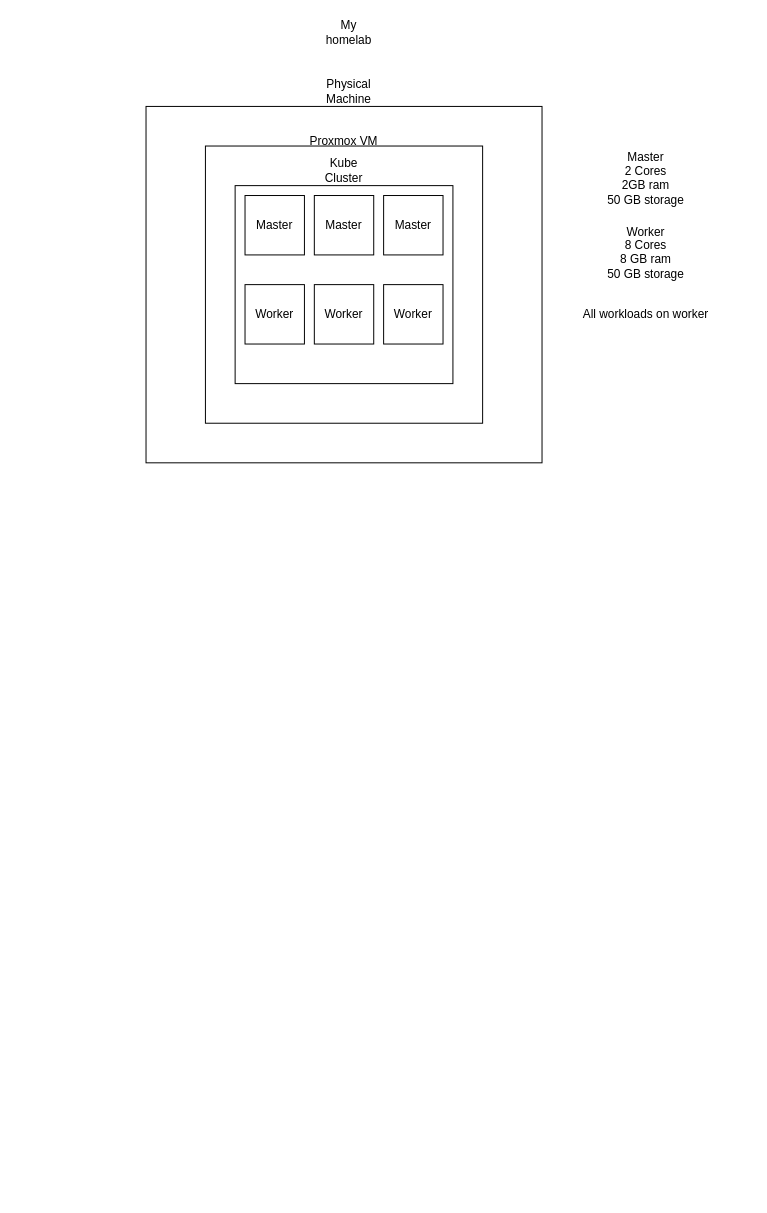
This is homelab.drawio from force445/Draw.io, a draw.io file, before an edit. Source tidied: cells renumbered, new cells numbered last; positions are measured from the earlier drawing's top-left corner, leaving out a move shared by most shapes. Both pictures are drawn from the tidied source at 99%, with x=0, y=0 at pixel (146, 17).
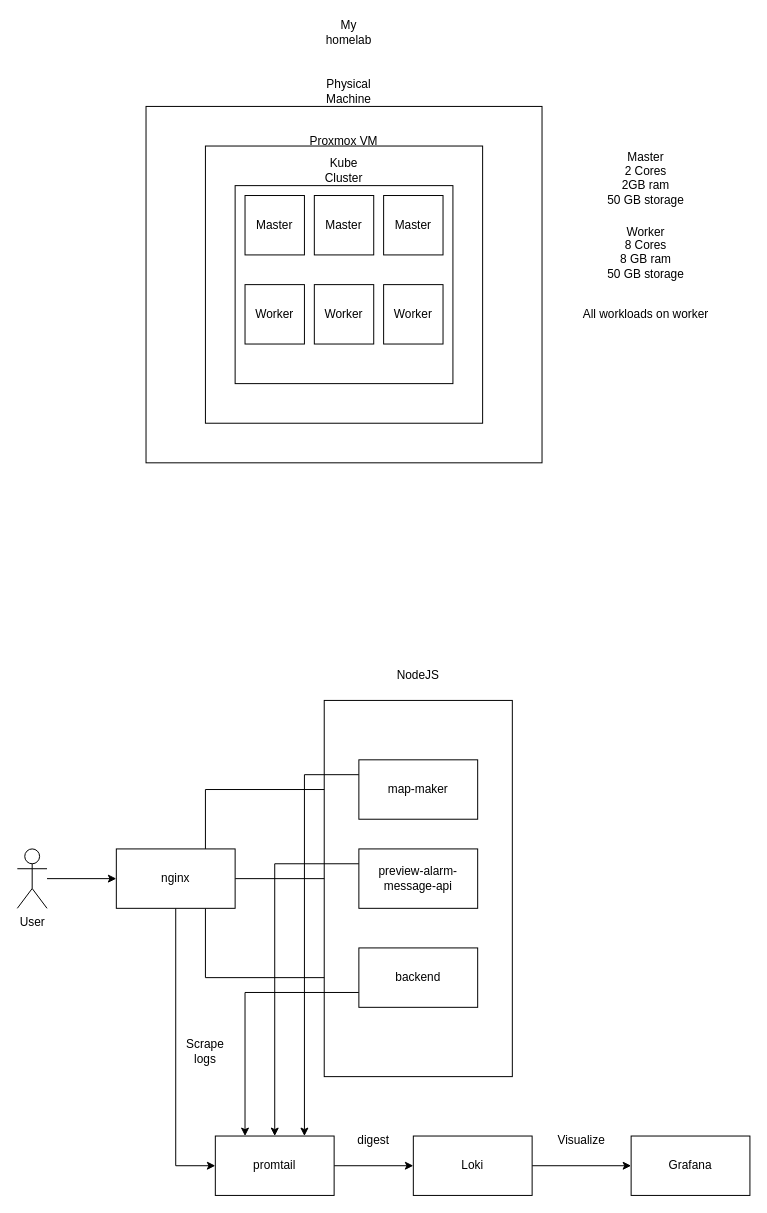
After the change.

Diff of the diagram source:
```diff
@@
+    <mxCell id="24" style="edgeStyle=orthogonalEdgeStyle;rounded=0;jettySize=auto;html=1;exitX=1;exitY=0.5;exitDx=0;exitDy=0;entryX=0;entryY=0.5;entryDx=0;entryDy=0;" parent="1" edge="1" source="28" target="37">
+      <mxGeometry relative="1" as="geometry" />
+    </mxCell>
+    <mxCell id="25" style="edgeStyle=orthogonalEdgeStyle;rounded=0;jettySize=auto;html=1;exitX=0.75;exitY=0;exitDx=0;exitDy=0;entryX=0;entryY=0.5;entryDx=0;entryDy=0;" parent="1" edge="1" source="28" target="35">
+      <mxGeometry relative="1" as="geometry" />
+    </mxCell>
+    <mxCell id="26" style="edgeStyle=orthogonalEdgeStyle;rounded=0;jettySize=auto;html=1;exitX=0.75;exitY=1;exitDx=0;exitDy=0;entryX=0;entryY=0.5;entryDx=0;entryDy=0;" parent="1" edge="1" source="28" target="33">
+      <mxGeometry relative="1" as="geometry" />
+    </mxCell>
+    <mxCell id="27" style="edgeStyle=orthogonalEdgeStyle;rounded=0;jettySize=auto;html=1;exitX=0.5;exitY=1;exitDx=0;exitDy=0;entryX=0;entryY=0.5;entryDx=0;entryDy=0;" parent="1" edge="1" source="28" target="40">
+      <mxGeometry relative="1" as="geometry" />
+    </mxCell>
+    <mxCell id="28" value="nginx" style="rounded=0;whiteSpace=wrap;html=1;" parent="1" vertex="1">
+      <mxGeometry x="-30" y="840" width="120" height="60" as="geometry" />
+    </mxCell>
+    <mxCell id="29" style="edgeStyle=orthogonalEdgeStyle;rounded=0;jettySize=auto;html=1;" parent="1" edge="1" source="30" target="28">
+      <mxGeometry relative="1" as="geometry" />
+    </mxCell>
+    <mxCell id="30" value="User" style="shape=umlActor;verticalLabelPosition=bottom;verticalAlign=top;html=1;outlineConnect=0;" parent="1" vertex="1">
+      <mxGeometry x="-130" y="840" width="30" height="60" as="geometry" />
+    </mxCell>
+    <mxCell id="31" style="rounded=0;whiteSpace=wrap;html=1;shadow=0;" parent="1" vertex="1">
+      <mxGeometry x="180" y="690" width="190" height="380" as="geometry" />
+    </mxCell>
+    <mxCell id="32" style="edgeStyle=orthogonalEdgeStyle;rounded=0;jettySize=auto;html=1;exitX=0;exitY=0.75;exitDx=0;exitDy=0;entryX=0.25;entryY=0;entryDx=0;entryDy=0;" parent="1" edge="1" source="33" target="40">
+      <mxGeometry relative="1" as="geometry" />
+    </mxCell>
+    <mxCell id="33" value="backend" style="rounded=0;whiteSpace=wrap;html=1;" parent="1" vertex="1">
+      <mxGeometry x="215" y="940" width="120" height="60" as="geometry" />
+    </mxCell>
+    <mxCell id="34" style="edgeStyle=orthogonalEdgeStyle;rounded=0;jettySize=auto;html=1;exitX=0;exitY=0.25;exitDx=0;exitDy=0;entryX=0.75;entryY=0;entryDx=0;entryDy=0;" parent="1" edge="1" source="35" target="40">
+      <mxGeometry relative="1" as="geometry" />
+    </mxCell>
+    <mxCell id="35" value="map-maker" style="rounded=0;whiteSpace=wrap;html=1;" parent="1" vertex="1">
+      <mxGeometry x="215" y="750" width="120" height="60" as="geometry" />
+    </mxCell>
+    <mxCell id="36" style="edgeStyle=orthogonalEdgeStyle;rounded=0;jettySize=auto;html=1;exitX=0;exitY=0.25;exitDx=0;exitDy=0;entryX=0.5;entryY=0;entryDx=0;entryDy=0;" parent="1" edge="1" source="37" target="40">
+      <mxGeometry relative="1" as="geometry" />
+    </mxCell>
+    <mxCell id="37" value="preview-alarm-message-api" style="rounded=0;whiteSpace=wrap;html=1;" parent="1" vertex="1">
+      <mxGeometry x="215" y="840" width="120" height="60" as="geometry" />
+    </mxCell>
+    <mxCell id="38" value="NodeJS" style="text;html=1;whiteSpace=wrap;strokeColor=none;fillColor=none;align=center;verticalAlign=middle;rounded=0;" parent="1" vertex="1">
+      <mxGeometry x="245" y="650" width="60" height="30" as="geometry" />
+    </mxCell>
+    <mxCell id="39" style="edgeStyle=orthogonalEdgeStyle;rounded=0;jettySize=auto;html=1;exitX=1;exitY=0.5;exitDx=0;exitDy=0;entryX=0;entryY=0.5;entryDx=0;entryDy=0;" parent="1" edge="1" source="40" target="43">
+      <mxGeometry relative="1" as="geometry" />
+    </mxCell>
+    <mxCell id="40" value="&lt;div&gt;promtail&lt;/div&gt;" style="rounded=0;whiteSpace=wrap;html=1;" parent="1" vertex="1">
+      <mxGeometry x="70" y="1130" width="120" height="60" as="geometry" />
+    </mxCell>
+    <mxCell id="41" value="Scrape logs" style="text;html=1;whiteSpace=wrap;strokeColor=none;fillColor=none;align=center;verticalAlign=middle;rounded=0;" parent="1" vertex="1">
+      <mxGeometry x="30" y="1030" width="60" height="30" as="geometry" />
+    </mxCell>
+    <mxCell id="42" style="edgeStyle=orthogonalEdgeStyle;rounded=0;jettySize=auto;html=1;exitX=1;exitY=0.5;exitDx=0;exitDy=0;" parent="1" edge="1" source="43" target="44">
+      <mxGeometry relative="1" as="geometry" />
+    </mxCell>
+    <mxCell id="43" value="Loki" style="rounded=0;whiteSpace=wrap;html=1;" parent="1" vertex="1">
+      <mxGeometry x="270" y="1130" width="120" height="60" as="geometry" />
+    </mxCell>
+    <mxCell id="44" value="Grafana" style="rounded=0;whiteSpace=wrap;html=1;" parent="1" vertex="1">
+      <mxGeometry x="490" y="1130" width="120" height="60" as="geometry" />
+    </mxCell>
+    <mxCell id="45" value="digest" style="text;html=1;whiteSpace=wrap;strokeColor=none;fillColor=none;align=center;verticalAlign=middle;rounded=0;" parent="1" vertex="1">
+      <mxGeometry x="200" y="1120" width="60" height="30" as="geometry" />
+    </mxCell>
+    <mxCell id="46" value="Visualize" style="text;html=1;whiteSpace=wrap;strokeColor=none;fillColor=none;align=center;verticalAlign=middle;rounded=0;" parent="1" vertex="1">
+      <mxGeometry x="410" y="1120" width="60" height="30" as="geometry" />
+    </mxCell>
```
